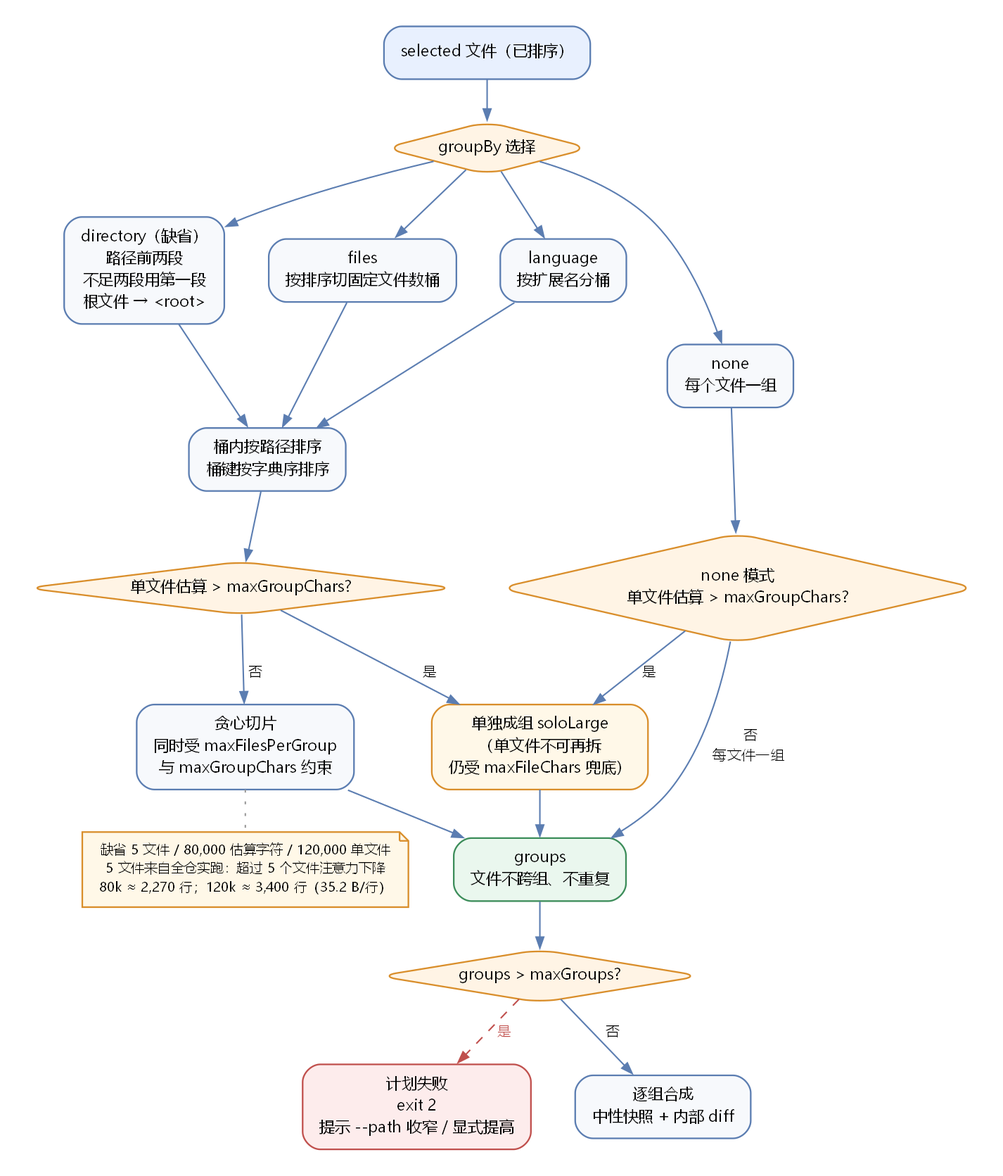
Earlier version of the Graphviz export docs/design/assets/repo-review-flow/03-grouping.png (ffanwei/ReviewAgent-pi). Its source is kept beside it as docs/design/assets/repo-review-flow/03-grouping.dot.
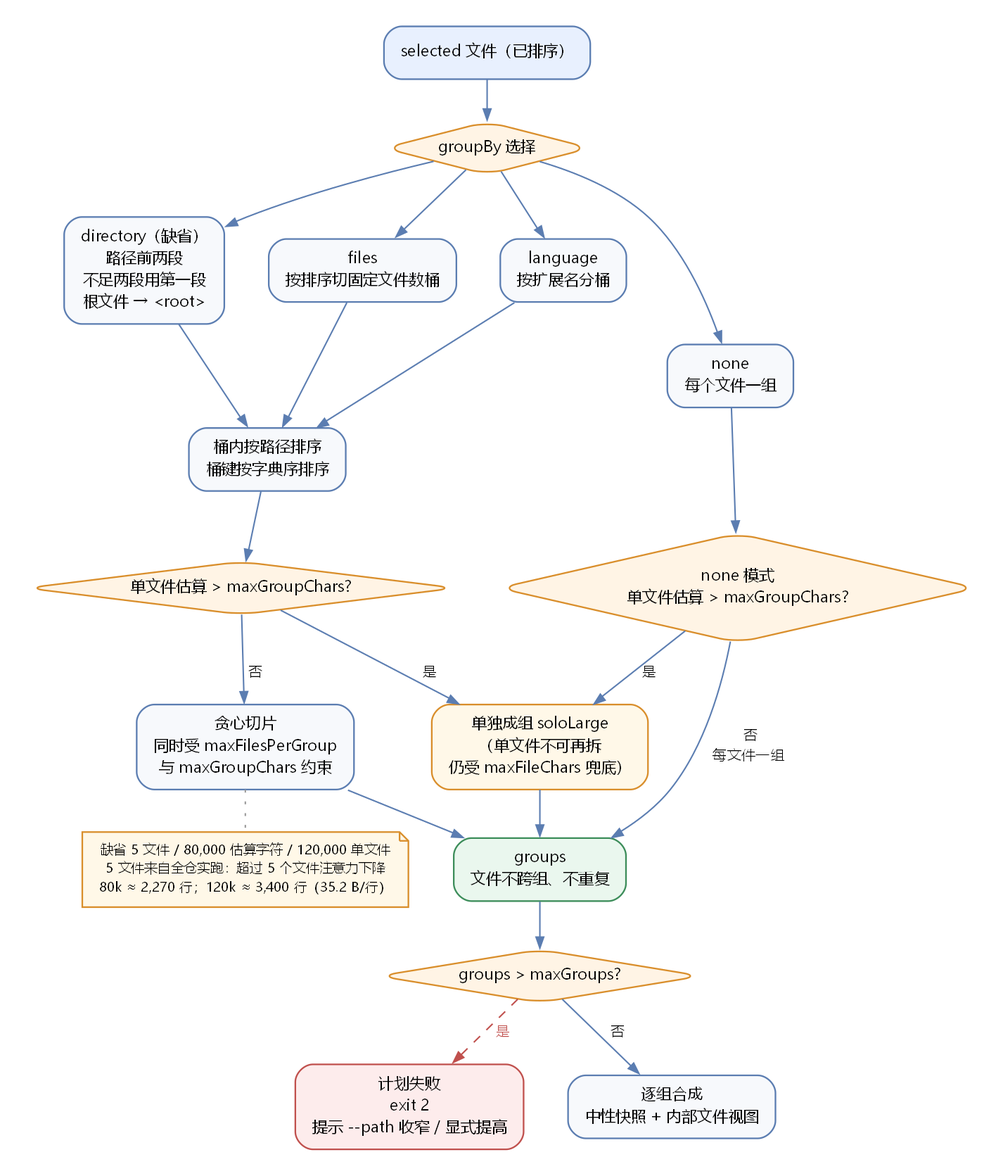
The same file after the commit.

Change to the diagram source:
```diff
@@ -39,7 +39,7 @@
   groups [label="groups\n文件不跨组、不重复", fillcolor="#EAF7EE", color="#3C8D5A"];
   guard [label="groups > maxGroups?", shape=diamond, fillcolor="#FFF4E5", color="#D98E2B", margin="0.08,0.05"];
   fail [label="计划失败\nexit 2\n提示 --path 收窄 / 显式提高", fillcolor="#FDECEC", color="#C0504D"];
-  synth [label="逐组合成\n中性快照 + 内部 diff"];
+  synth [label="逐组合成\n中性快照 + 内部文件视图"];
 
   selected -> mode;
   mode -> directory;
```
